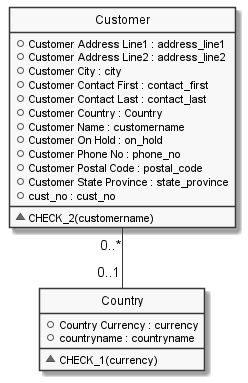
casetalk/Models keeps this PlantUML diagram as EN/Employee/customer.uml.png. Above is the earlier version.
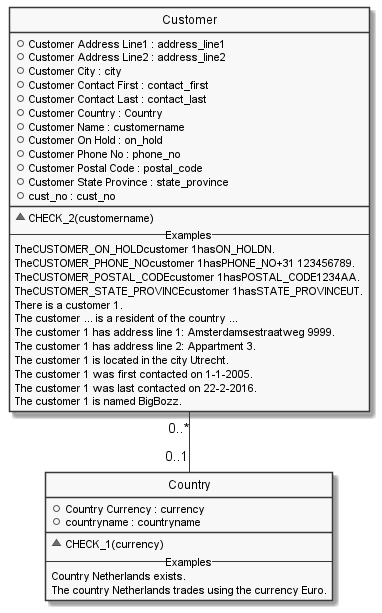
Later version of the same file.

Change to the diagram source:
```diff
@@ -13,6 +13,9 @@
   +countryname : countryname
   __
   ~CHECK_1(currency)
+-- Examples --
+Country Netherlands exists.
+The country Netherlands trades using the currency Euro.
   }
 
 class "Customer" as Customer  {
@@ -30,6 +33,19 @@
   +cust_no : cust_no
   __
   ~CHECK_2(customername)
+-- Examples --
+TheCUSTOMER_ON_HOLDcustomer 1hasON_HOLDN.
+TheCUSTOMER_PHONE_NOcustomer 1hasPHONE_NO+31 123456789.
+TheCUSTOMER_POSTAL_CODEcustomer 1hasPOSTAL_CODE1234AA.
+TheCUSTOMER_STATE_PROVINCEcustomer 1hasSTATE_PROVINCEUT.
+There is a customer 1.
+The customer ... is a resident of the country ...
+The customer 1 has address line 1: Amsterdamsestraatweg 9999.
+The customer 1 has address line 2: Appartment 3.
+The customer 1 is located in the city Utrecht.
+The customer 1 was first contacted on 1-1-2005.
+The customer 1 was last contacted on 22-2-2016.
+The customer 1 is named BigBozz.
   }
 
   Customer "0..*" -- "0..1" Country
```
